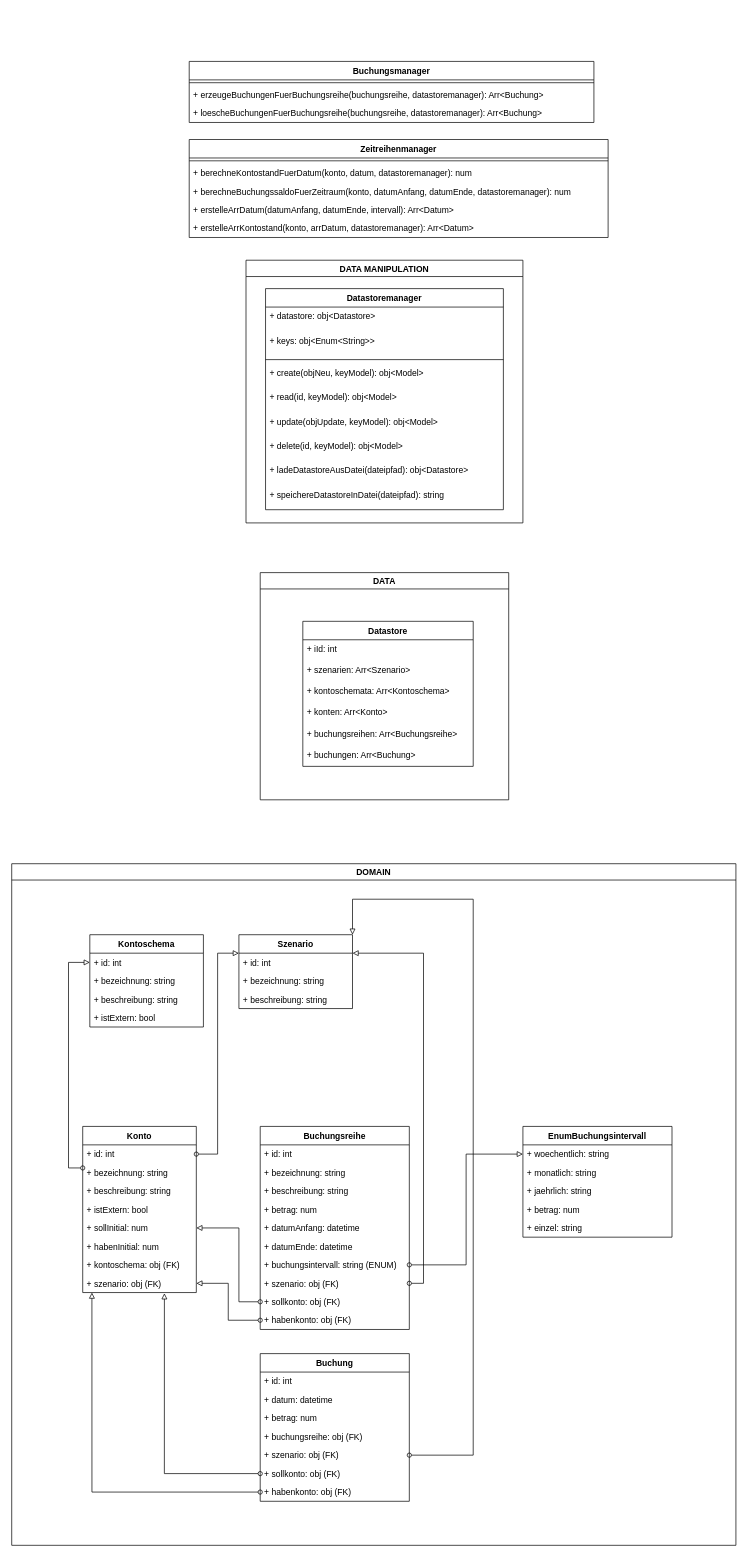
The draw.io diagram design/Klassen.drawio in wunscha/finanzplaner, before the edit. Source tidied: cells renumbered, new cells numbered last; positions are measured from the earlier drawing's top-left corner, leaving out a move shared by most shapes. Both pictures are drawn from the tidied source at 71%, with x=0, y=0 at pixel (11, 61).
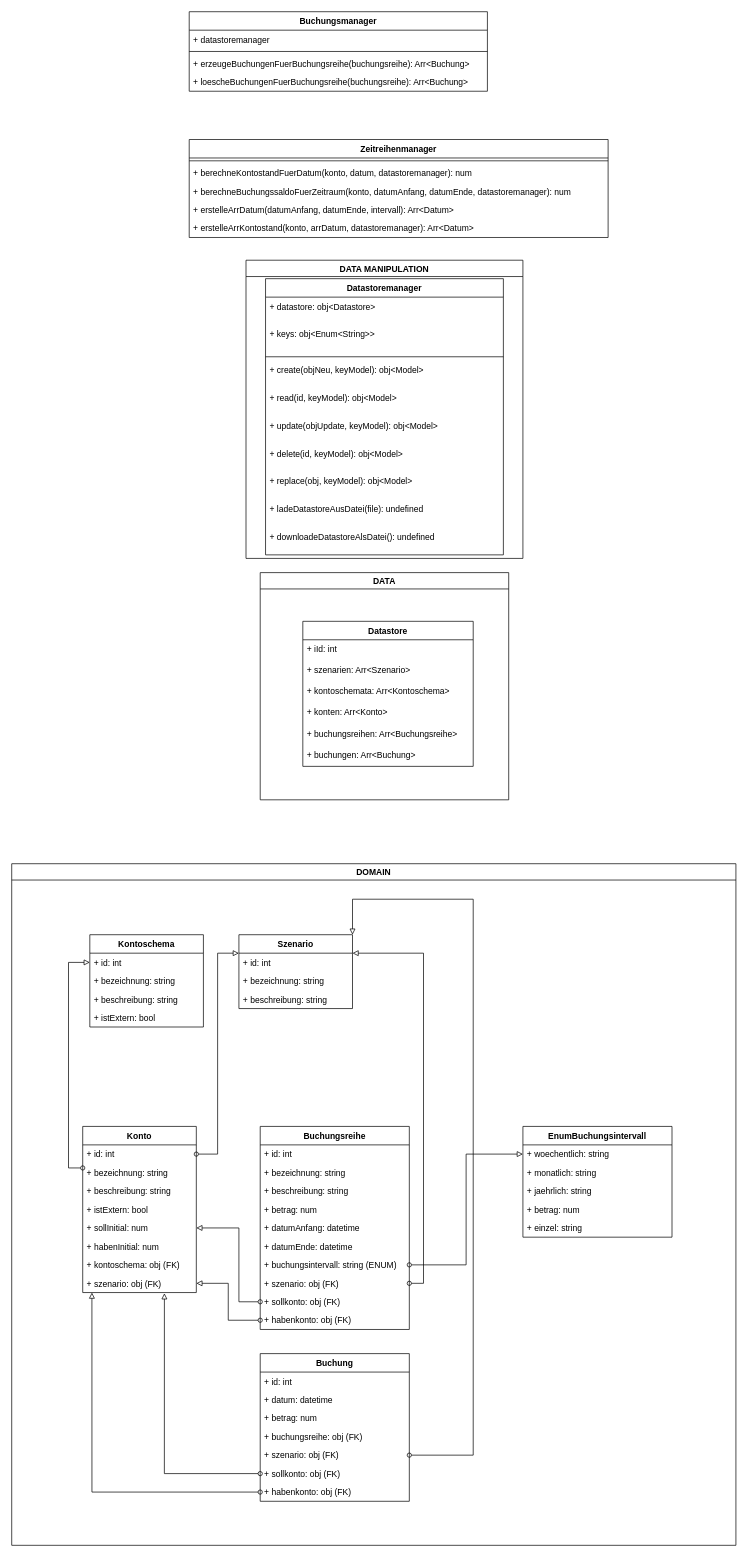
Above is the later version.

Diff of the diagram source:
```diff
@@
-    <mxCell id="65" style="group;" parent="1" vertex="1">
-      <mxGeometry x="330" y="280" width="390" height="370" as="geometry" />
+    <mxCell id="65" style="group;fontStyle=4;" parent="1" vertex="1">
+      <mxGeometry x="330" y="280" width="390" height="420" as="geometry" />
     </mxCell>
     <mxCell id="66" value="DATA MANIPULATION" style="swimlane;" parent="65" vertex="1">
-      <mxGeometry width="390" height="370" as="geometry" />
+      <mxGeometry width="390" height="420" as="geometry" />
     </mxCell>
     <mxCell id="67" value="Datastoremanager" style="swimlane;fontStyle=1;align=center;verticalAlign=top;horizontal=1;startSize=26;" parent="66" vertex="1">
-      <mxGeometry x="27.5" y="40" width="335" height="311.4" as="geometry" />
+      <mxGeometry x="27.5" y="26" width="335" height="389" as="geometry" />
     </mxCell>
     <mxCell id="68" value="+ datastore: obj&lt;Datastore&gt;" style="text;strokeColor=none;fillColor=none;align=left;verticalAlign=top;spacingLeft=4;spacingRight=4;overflow=hidden;" parent="67" vertex="1">
-      <mxGeometry y="26" width="335" height="34.4" as="geometry" />
+      <mxGeometry y="26" width="335" height="39" as="geometry" />
     </mxCell>
     <mxCell id="69" value="+ keys: obj&lt;Enum&lt;String&gt;&gt;" style="text;strokeColor=none;fillColor=none;align=left;verticalAlign=top;spacingLeft=4;spacingRight=4;overflow=hidden;" parent="67" vertex="1">
-      <mxGeometry y="60.4" width="335" height="34.4" as="geometry" />
+      <mxGeometry y="65" width="335" height="39" as="geometry" />
     </mxCell>
     <mxCell id="70" style="line;strokeWidth=1;fillColor=none;align=left;verticalAlign=middle;spacingTop=-1;spacingLeft=3;spacingRight=3;labelPosition=right;strokeColor=inherit;" parent="67" vertex="1">
-      <mxGeometry y="94.7" width="335" height="10.6" as="geometry" />
+      <mxGeometry y="104" width="335" height="12" as="geometry" />
     </mxCell>
     <mxCell id="71" value="+ create(objNeu, keyModel): obj&lt;Model&gt;" style="text;strokeColor=none;fillColor=none;align=left;verticalAlign=top;spacingLeft=4;spacingRight=4;overflow=hidden;" parent="67" vertex="1">
-      <mxGeometry y="105.3" width="335" height="34.4" as="geometry" />
+      <mxGeometry y="116" width="335" height="39" as="geometry" />
     </mxCell>
     <mxCell id="72" value="+ read(id, keyModel): obj&lt;Model&gt;" style="text;strokeColor=none;fillColor=none;align=left;verticalAlign=top;spacingLeft=4;spacingRight=4;overflow=hidden;" parent="67" vertex="1">
-      <mxGeometry y="139.6" width="335" height="34.4" as="geometry" />
+      <mxGeometry y="155" width="335" height="39" as="geometry" />
     </mxCell>
     <mxCell id="73" value="+ update(objUpdate, keyModel): obj&lt;Model&gt;" style="text;strokeColor=none;fillColor=none;align=left;verticalAlign=top;spacingLeft=4;spacingRight=4;overflow=hidden;" parent="67" vertex="1">
-      <mxGeometry y="174" width="335" height="34.4" as="geometry" />
+      <mxGeometry y="194" width="335" height="39" as="geometry" />
     </mxCell>
     <mxCell id="74" value="+ delete(id, keyModel): obj&lt;Model&gt;" style="text;strokeColor=none;fillColor=none;align=left;verticalAlign=top;spacingLeft=4;spacingRight=4;overflow=hidden;" parent="67" vertex="1">
-      <mxGeometry y="208.4" width="335" height="34.4" as="geometry" />
+      <mxGeometry y="233" width="335" height="39" as="geometry" />
     </mxCell>
+    <mxCell id="87" value="+ replace(obj, keyModel): obj&lt;Model&gt;" style="text;strokeColor=none;fillColor=none;align=left;verticalAlign=top;spacingLeft=4;spacingRight=4;overflow=hidden;" parent="67" vertex="1">
+      <mxGeometry y="272" width="335" height="39" as="geometry" />
+    </mxCell>
-    <mxCell id="75" value="+ ladeDatastoreAusDatei(dateipfad): obj&lt;Datastore&gt;" style="text;strokeColor=none;fillColor=none;align=left;verticalAlign=top;spacingLeft=4;spacingRight=4;overflow=hidden;" parent="67" vertex="1">
-      <mxGeometry y="242.7" width="335" height="34.4" as="geometry" />
+    <mxCell id="75" value="+ ladeDatastoreAusDatei(file): undefined" style="text;strokeColor=none;fillColor=none;align=left;verticalAlign=top;spacingLeft=4;spacingRight=4;overflow=hidden;" parent="67" vertex="1">
+      <mxGeometry y="311" width="335" height="39" as="geometry" />
     </mxCell>
-    <mxCell id="76" value="+ speichereDatastoreInDatei(dateipfad): string" style="text;strokeColor=none;fillColor=none;align=left;verticalAlign=top;spacingLeft=4;spacingRight=4;overflow=hidden;" parent="67" vertex="1">
-      <mxGeometry y="277.1" width="335" height="34.4" as="geometry" />
+    <mxCell id="76" value="+ downloadeDatastoreAlsDatei(): undefined" style="text;strokeColor=none;fillColor=none;align=left;verticalAlign=top;spacingLeft=4;spacingRight=4;overflow=hidden;" parent="67" vertex="1">
+      <mxGeometry y="350" width="335" height="39" as="geometry" />
     </mxCell>
     <mxCell id="77" value="Buchungsmanager" style="swimlane;fontStyle=1;align=center;verticalAlign=top;horizontal=1;startSize=26;" parent="1" vertex="1">
-      <mxGeometry x="250" width="570" height="86" as="geometry" />
+      <mxGeometry x="250" y="-70" width="420" height="112" as="geometry" />
     </mxCell>
+    <mxCell id="88" value="+ datastoremanager" style="text;strokeColor=none;fillColor=none;align=left;verticalAlign=top;spacingLeft=4;spacingRight=4;overflow=hidden;" parent="77" vertex="1">
+      <mxGeometry y="26" width="420" height="26" as="geometry" />
+    </mxCell>
     <mxCell id="78" style="line;strokeWidth=1;fillColor=none;align=left;verticalAlign=middle;spacingTop=-1;spacingLeft=3;spacingRight=3;labelPosition=right;strokeColor=inherit;" parent="77" vertex="1">
-      <mxGeometry y="26" width="570" height="8" as="geometry" />
+      <mxGeometry y="52" width="420" height="8" as="geometry" />
     </mxCell>
-    <mxCell id="79" value="+ erzeugeBuchungenFuerBuchungsreihe(buchungsreihe, datastoremanager): Arr&lt;Buchung&gt;" style="text;strokeColor=none;fillColor=none;align=left;verticalAlign=top;spacingLeft=4;spacingRight=4;overflow=hidden;" parent="77" vertex="1">
-      <mxGeometry y="34" width="570" height="26" as="geometry" />
+    <mxCell id="79" value="+ erzeugeBuchungenFuerBuchungsreihe(buchungsreihe): Arr&lt;Buchung&gt;" style="text;strokeColor=none;fillColor=none;align=left;verticalAlign=top;spacingLeft=4;spacingRight=4;overflow=hidden;" parent="77" vertex="1">
+      <mxGeometry y="60" width="420" height="26" as="geometry" />
     </mxCell>
-    <mxCell id="80" value="+ loescheBuchungenFuerBuchungsreihe(buchungsreihe, datastoremanager): Arr&lt;Buchung&gt;" style="text;strokeColor=none;fillColor=none;align=left;verticalAlign=top;spacingLeft=4;spacingRight=4;overflow=hidden;" parent="77" vertex="1">
-      <mxGeometry y="60" width="570" height="26" as="geometry" />
+    <mxCell id="80" value="+ loescheBuchungenFuerBuchungsreihe(buchungsreihe): Arr&lt;Buchung&gt;" style="text;strokeColor=none;fillColor=none;align=left;verticalAlign=top;spacingLeft=4;spacingRight=4;overflow=hidden;" parent="77" vertex="1">
+      <mxGeometry y="86" width="420" height="26" as="geometry" />
     </mxCell>
```
